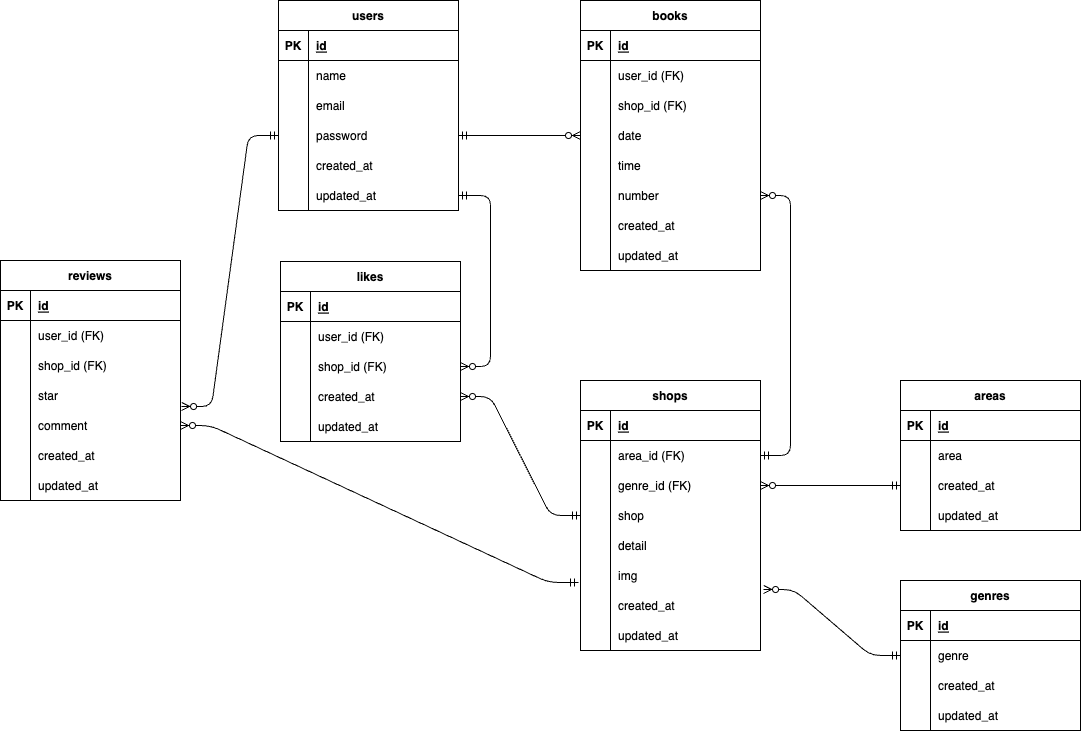
This is index.drawio.png from YukikoTK/Takeichi_reservation_system, a draw.io export, as it was before one commit. Source tidied: cells renumbered, new cells last; positions are measured from the earlier drawing's top-left corner, leaving out a move shared by most shapes.
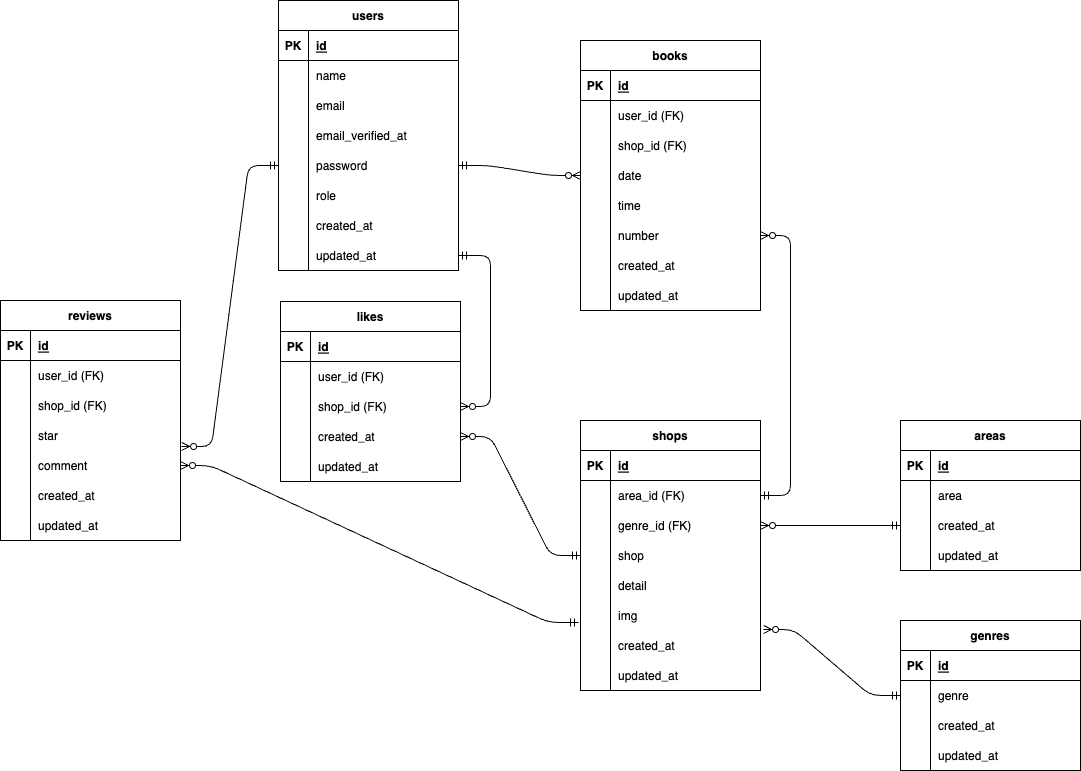
Above is the later version.

What changed in the source:
```diff
@@ -3,7 +3,7 @@
     <mxCell id="0" />
     <mxCell id="1" parent="0" />
     <mxCell id="2" value="users" style="shape=table;startSize=30;rowLines=0;fontStyle=1;align=center;" parent="1" vertex="1">
-      <mxGeometry x="278" width="180" height="210" as="geometry" />
+      <mxGeometry x="278" y="-40" width="180" height="270" as="geometry" />
     </mxCell>
     <mxCell id="3" style="shape=tableRow;horizontal=0;startSize=0;swimlaneHead=0;swimlaneBody=0;fillColor=none;top=0;left=0;right=0;bottom=1;" parent="2" vertex="1">
       <mxGeometry y="30" width="180" height="30" as="geometry" />
@@ -32,8 +32,17 @@
     <mxCell id="11" value="email" style="shape=partialRectangle;fillColor=none;top=0;left=0;bottom=0;right=0;align=left;spacingLeft=6;overflow=hidden;" parent="9" vertex="1">
       <mxGeometry x="30" width="150" height="30" as="geometry" />
     </mxCell>
+    <mxCell id="143" style="shape=tableRow;horizontal=0;startSize=0;swimlaneHead=0;swimlaneBody=0;fillColor=none;top=0;left=0;right=0;bottom=0;" parent="2" vertex="1">
+      <mxGeometry y="120" width="180" height="30" as="geometry" />
+    </mxCell>
+    <mxCell id="144" style="shape=partialRectangle;fillColor=none;top=0;left=0;bottom=0;right=0;overflow=hidden;" parent="143" vertex="1">
+      <mxGeometry width="30" height="30" as="geometry" />
+    </mxCell>
+    <mxCell id="145" value="email_verified_at" style="shape=partialRectangle;fillColor=none;top=0;left=0;bottom=0;right=0;align=left;spacingLeft=6;overflow=hidden;" parent="143" vertex="1">
+      <mxGeometry x="30" width="150" height="30" as="geometry" />
+    </mxCell>
     <mxCell id="12" style="shape=tableRow;horizontal=0;startSize=0;swimlaneHead=0;swimlaneBody=0;fillColor=none;points=[[0,0.5],[1,0.5]];portConstraint=eastwest;top=0;left=0;right=0;bottom=0;" parent="2" vertex="1">
-      <mxGeometry y="120" width="180" height="30" as="geometry" />
+      <mxGeometry y="150" width="180" height="30" as="geometry" />
     </mxCell>
     <mxCell id="13" style="shape=partialRectangle;fillColor=none;top=0;left=0;bottom=0;right=0;overflow=hidden;" parent="12" vertex="1">
       <mxGeometry width="30" height="30" as="geometry" />
@@ -41,8 +50,17 @@
     <mxCell id="14" value="password" style="shape=partialRectangle;fillColor=none;top=0;left=0;bottom=0;right=0;align=left;spacingLeft=6;overflow=hidden;" parent="12" vertex="1">
       <mxGeometry x="30" width="150" height="30" as="geometry" />
     </mxCell>
+    <mxCell id="146" style="shape=tableRow;horizontal=0;startSize=0;swimlaneHead=0;swimlaneBody=0;fillColor=none;top=0;left=0;right=0;bottom=0;" parent="2" vertex="1">
+      <mxGeometry y="180" width="180" height="30" as="geometry" />
+    </mxCell>
+    <mxCell id="147" style="shape=partialRectangle;fillColor=none;top=0;left=0;bottom=0;right=0;overflow=hidden;" parent="146" vertex="1">
+      <mxGeometry width="30" height="30" as="geometry" />
+    </mxCell>
+    <mxCell id="148" value="role" style="shape=partialRectangle;fillColor=none;top=0;left=0;bottom=0;right=0;align=left;spacingLeft=6;overflow=hidden;" parent="146" vertex="1">
+      <mxGeometry x="30" width="150" height="30" as="geometry" />
+    </mxCell>
     <mxCell id="15" style="shape=tableRow;horizontal=0;startSize=0;swimlaneHead=0;swimlaneBody=0;fillColor=none;top=0;left=0;right=0;bottom=0;" parent="2" vertex="1">
-      <mxGeometry y="150" width="180" height="30" as="geometry" />
+      <mxGeometry y="210" width="180" height="30" as="geometry" />
     </mxCell>
     <mxCell id="16" style="shape=partialRectangle;fillColor=none;top=0;left=0;bottom=0;right=0;overflow=hidden;" parent="15" vertex="1">
       <mxGeometry width="30" height="30" as="geometry" />
@@ -51,7 +69,7 @@
       <mxGeometry x="30" width="150" height="30" as="geometry" />
     </mxCell>
     <mxCell id="18" style="shape=tableRow;horizontal=0;startSize=0;swimlaneHead=0;swimlaneBody=0;fillColor=none;points=[[0,0.5],[1,0.5]];portConstraint=eastwest;top=0;left=0;right=0;bottom=0;" parent="2" vertex="1">
-      <mxGeometry y="180" width="180" height="30" as="geometry" />
+      <mxGeometry y="240" width="180" height="30" as="geometry" />
     </mxCell>
     <mxCell id="19" style="shape=partialRectangle;fillColor=none;top=0;left=0;bottom=0;right=0;overflow=hidden;" parent="18" vertex="1">
       <mxGeometry width="30" height="30" as="geometry" />
```
